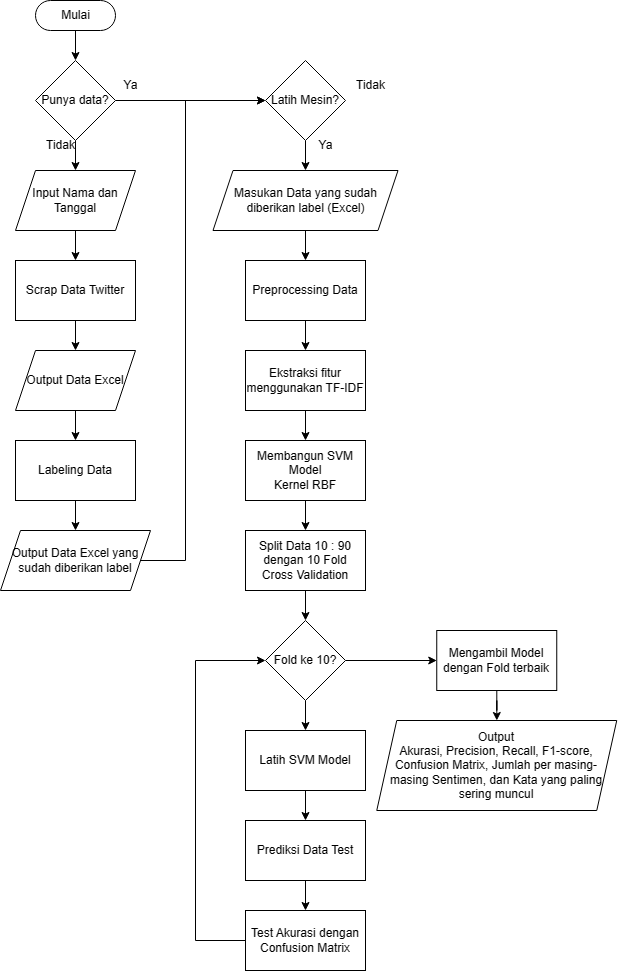
Earlier version of the draw.io export Asset/Flowchart Aplikasi.png (FnsAja/Skripsi). Source tidied: cells renumbered, new cells last; positions are measured from the earlier drawing's top-left corner, leaving out a move shared by most shapes.
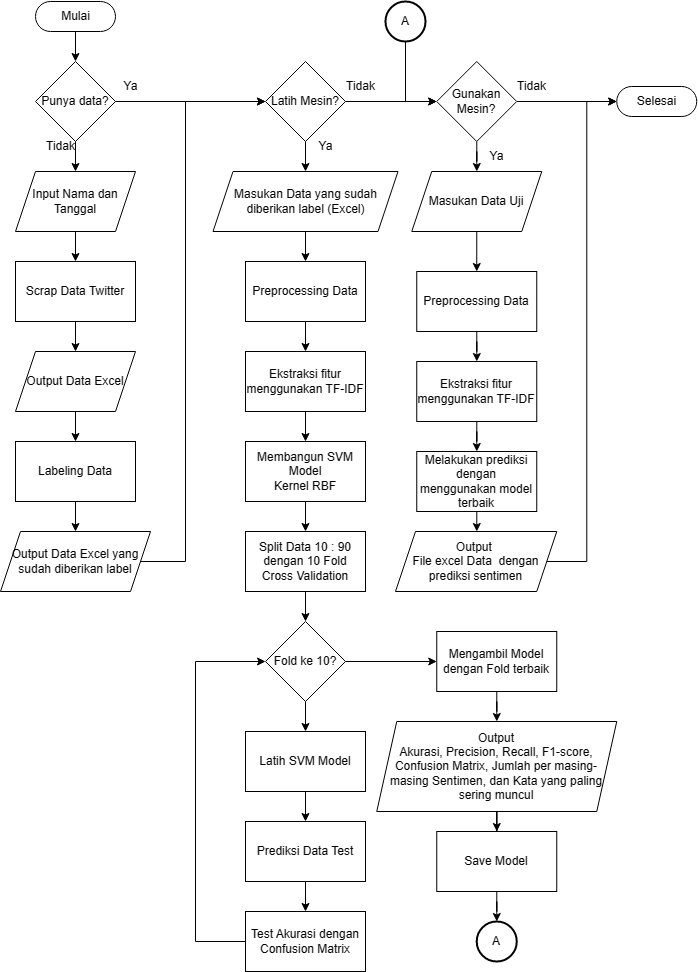
The same file after the commit.

Diff of the diagram source:
```diff
@@ -55,6 +55,9 @@
     <mxCell id="17" style="edgeStyle=orthogonalEdgeStyle;rounded=0;jettySize=auto;html=1;" parent="1" edge="1" source="18" target="20">
       <mxGeometry relative="1" as="geometry" />
     </mxCell>
+    <mxCell id="45" style="edgeStyle=orthogonalEdgeStyle;rounded=0;jettySize=auto;html=1;entryX=0;entryY=0.5;entryDx=0;entryDy=0;" parent="1" edge="1" source="18" target="54">
+      <mxGeometry relative="1" as="geometry" />
+    </mxCell>
     <mxCell id="18" value="Latih Mesin?" style="rhombus;whiteSpace=wrap;html=1;" parent="1" vertex="1">
       <mxGeometry x="265" y="60" width="80" height="80" as="geometry" />
     </mxCell>
@@ -126,6 +129,9 @@
     <mxCell id="39" value="Test Akurasi dengan Confusion Matrix" style="rounded=0;whiteSpace=wrap;html=1;" parent="1" vertex="1">
       <mxGeometry x="245" y="910" width="120" height="60" as="geometry" />
     </mxCell>
+    <mxCell id="46" style="edgeStyle=orthogonalEdgeStyle;rounded=0;jettySize=auto;html=1;" parent="1" edge="1" source="40" target="48">
+      <mxGeometry relative="1" as="geometry" />
+    </mxCell>
     <mxCell id="40" value="Output &lt;br&gt;Akurasi, Precision, Recall, F1-score, Confusion Matrix, Jumlah per masing- masing Sentimen, dan Kata yang paling sering muncul" style="shape=parallelogram;perimeter=parallelogramPerimeter;whiteSpace=wrap;html=1;fixedSize=1;" parent="1" vertex="1">
       <mxGeometry x="376.2" y="720" width="240" height="90" as="geometry" />
     </mxCell>
@@ -136,10 +142,77 @@
       <mxGeometry x="110" y="70" width="40" height="30" as="geometry" />
     </mxCell>
     <mxCell id="43" value="Tidak" style="text;html=1;align=center;verticalAlign=middle;strokeColor=none;fillColor=none;" parent="1" vertex="1">
-      <mxGeometry x="345" y="70" width="50" height="30" as="geometry" />
+      <mxGeometry x="335" y="70" width="50" height="30" as="geometry" />
     </mxCell>
     <mxCell id="44" value="Ya" style="text;html=1;align=center;verticalAlign=middle;strokeColor=none;fillColor=none;" parent="1" vertex="1">
       <mxGeometry x="305" y="130" width="40" height="30" as="geometry" />
     </mxCell>
+    <mxCell id="47" style="edgeStyle=orthogonalEdgeStyle;rounded=0;jettySize=auto;html=1;" parent="1" edge="1" source="48" target="49">
+      <mxGeometry relative="1" as="geometry" />
+    </mxCell>
+    <mxCell id="48" value="Save Model" style="rounded=0;whiteSpace=wrap;html=1;" parent="1" vertex="1">
+      <mxGeometry x="436.2" y="830" width="120" height="60" as="geometry" />
+    </mxCell>
+    <mxCell id="49" value="A" style="strokeWidth=2;html=1;shape=mxgraph.flowchart.start_2;whiteSpace=wrap;" parent="1" vertex="1">
+      <mxGeometry x="476.2" y="920" width="40" height="40" as="geometry" />
+    </mxCell>
+    <mxCell id="50" style="edgeStyle=orthogonalEdgeStyle;rounded=0;jettySize=auto;html=1;entryX=0;entryY=0.5;entryDx=0;entryDy=0;" parent="1" edge="1" source="51" target="54">
+      <mxGeometry relative="1" as="geometry">
+        <Array as="points">
+          <mxPoint x="405" y="100" />
+        </Array>
+      </mxGeometry>
+    </mxCell>
+    <mxCell id="51" value="A" style="strokeWidth=2;html=1;shape=mxgraph.flowchart.start_2;whiteSpace=wrap;" parent="1" vertex="1">
+      <mxGeometry x="385" width="40" height="40" as="geometry" />
+    </mxCell>
+    <mxCell id="52" style="edgeStyle=orthogonalEdgeStyle;rounded=0;jettySize=auto;html=1;" parent="1" edge="1" source="54" target="56">
+      <mxGeometry relative="1" as="geometry" />
+    </mxCell>
+    <mxCell id="53" style="edgeStyle=orthogonalEdgeStyle;rounded=0;jettySize=auto;html=1;" parent="1" edge="1" source="54" target="65">
+      <mxGeometry relative="1" as="geometry" />
+    </mxCell>
+    <mxCell id="54" value="Gunakan Mesin?" style="rhombus;whiteSpace=wrap;html=1;" parent="1" vertex="1">
+      <mxGeometry x="436.2" y="60" width="80" height="80" as="geometry" />
+    </mxCell>
+    <mxCell id="55" style="edgeStyle=orthogonalEdgeStyle;rounded=0;jettySize=auto;html=1;" parent="1" edge="1" source="56" target="58">
+      <mxGeometry relative="1" as="geometry" />
+    </mxCell>
+    <mxCell id="56" value="Masukan Data Uji" style="shape=parallelogram;perimeter=parallelogramPerimeter;whiteSpace=wrap;html=1;fixedSize=1;" parent="1" vertex="1">
+      <mxGeometry x="411.2" y="170" width="130" height="60" as="geometry" />
+    </mxCell>
+    <mxCell id="57" style="edgeStyle=orthogonalEdgeStyle;rounded=0;jettySize=auto;html=1;" parent="1" edge="1" source="58" target="60">
+      <mxGeometry relative="1" as="geometry" />
+    </mxCell>
+    <mxCell id="58" value="Preprocessing Data" style="rounded=0;whiteSpace=wrap;html=1;" parent="1" vertex="1">
+      <mxGeometry x="416.2" y="270" width="120" height="60" as="geometry" />
+    </mxCell>
+    <mxCell id="59" style="edgeStyle=orthogonalEdgeStyle;rounded=0;jettySize=auto;html=1;" parent="1" edge="1" source="60" target="62">
+      <mxGeometry relative="1" as="geometry" />
+    </mxCell>
+    <mxCell id="60" value="Ekstraksi fitur menggunakan TF-IDF" style="rounded=0;whiteSpace=wrap;html=1;" parent="1" vertex="1">
+      <mxGeometry x="416.2" y="360" width="120" height="60" as="geometry" />
+    </mxCell>
+    <mxCell id="61" style="edgeStyle=orthogonalEdgeStyle;rounded=0;jettySize=auto;html=1;" parent="1" edge="1" source="62" target="64">
+      <mxGeometry relative="1" as="geometry" />
+    </mxCell>
+    <mxCell id="62" value="Melakukan prediksi dengan menggunakan model terbaik" style="rounded=0;whiteSpace=wrap;html=1;" parent="1" vertex="1">
+      <mxGeometry x="416.2" y="450" width="120" height="60" as="geometry" />
+    </mxCell>
+    <mxCell id="63" style="edgeStyle=orthogonalEdgeStyle;rounded=0;jettySize=auto;html=1;entryX=0;entryY=0.5;entryDx=0;entryDy=0;entryPerimeter=0;" parent="1" edge="1" source="64" target="65">
+      <mxGeometry relative="1" as="geometry" />
+    </mxCell>
+    <mxCell id="64" value="Output&amp;nbsp;&lt;br&gt;File excel Data&amp;nbsp; dengan prediksi sentimen" style="shape=parallelogram;perimeter=parallelogramPerimeter;whiteSpace=wrap;html=1;fixedSize=1;" parent="1" vertex="1">
+      <mxGeometry x="395" y="530" width="161.2" height="60" as="geometry" />
+    </mxCell>
+    <mxCell id="65" value="Selesai" style="html=1;dashed=0;whitespace=wrap;shape=mxgraph.dfd.start;" parent="1" vertex="1">
+      <mxGeometry x="616.2" y="85" width="80" height="30" as="geometry" />
+    </mxCell>
+    <mxCell id="66" value="Tidak" style="text;html=1;align=center;verticalAlign=middle;strokeColor=none;fillColor=none;" parent="1" vertex="1">
+      <mxGeometry x="506.2" y="70" width="50" height="30" as="geometry" />
+    </mxCell>
+    <mxCell id="67" value="Ya" style="text;html=1;align=center;verticalAlign=middle;strokeColor=none;fillColor=none;" parent="1" vertex="1">
+      <mxGeometry x="476.2" y="140" width="40" height="30" as="geometry" />
+    </mxCell>
   </root>
 </mxGraphModel>
```
